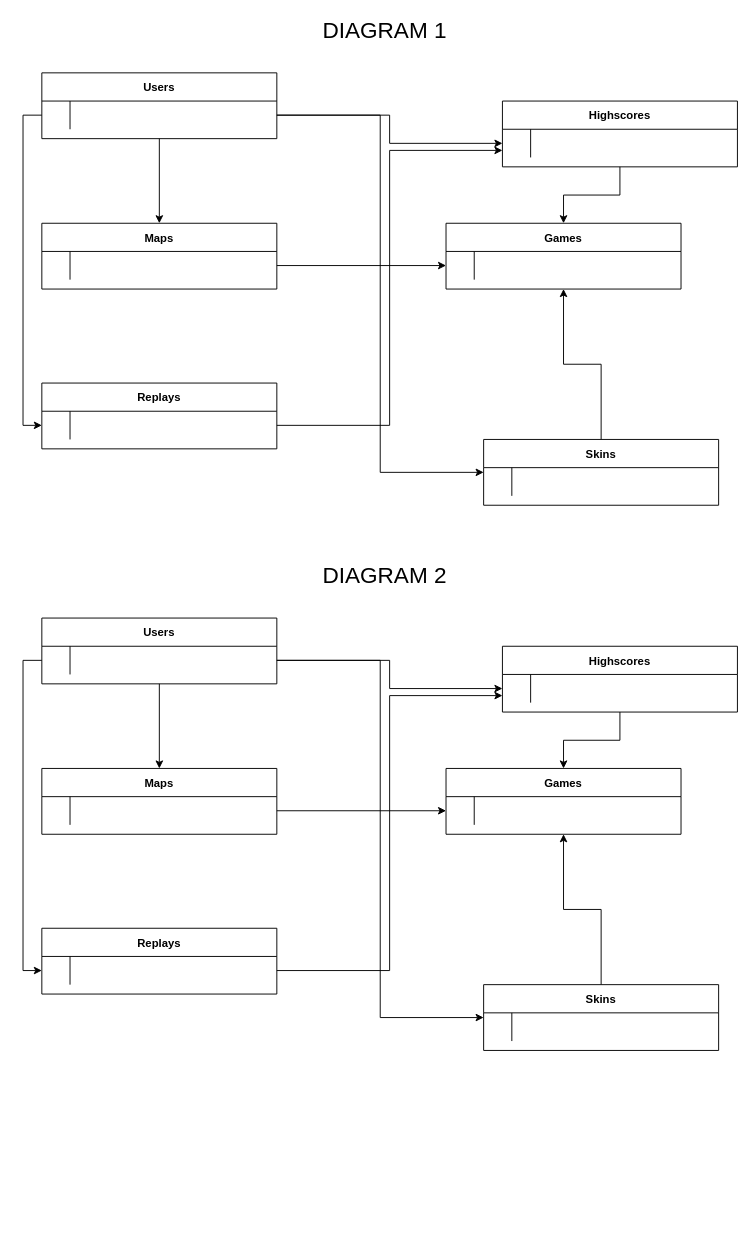
Phamishan/TxP keeps this draw.io diagram as Unavngivet diagram.drawio. Above is the earlier version. Source tidied: cells renumbered, new cells numbered last; positions are measured from the earlier drawing's top-left corner, leaving out a move shared by most shapes. Both pictures are drawn from the tidied source at 94%, with x=0, y=0 at pixel (41, 16).
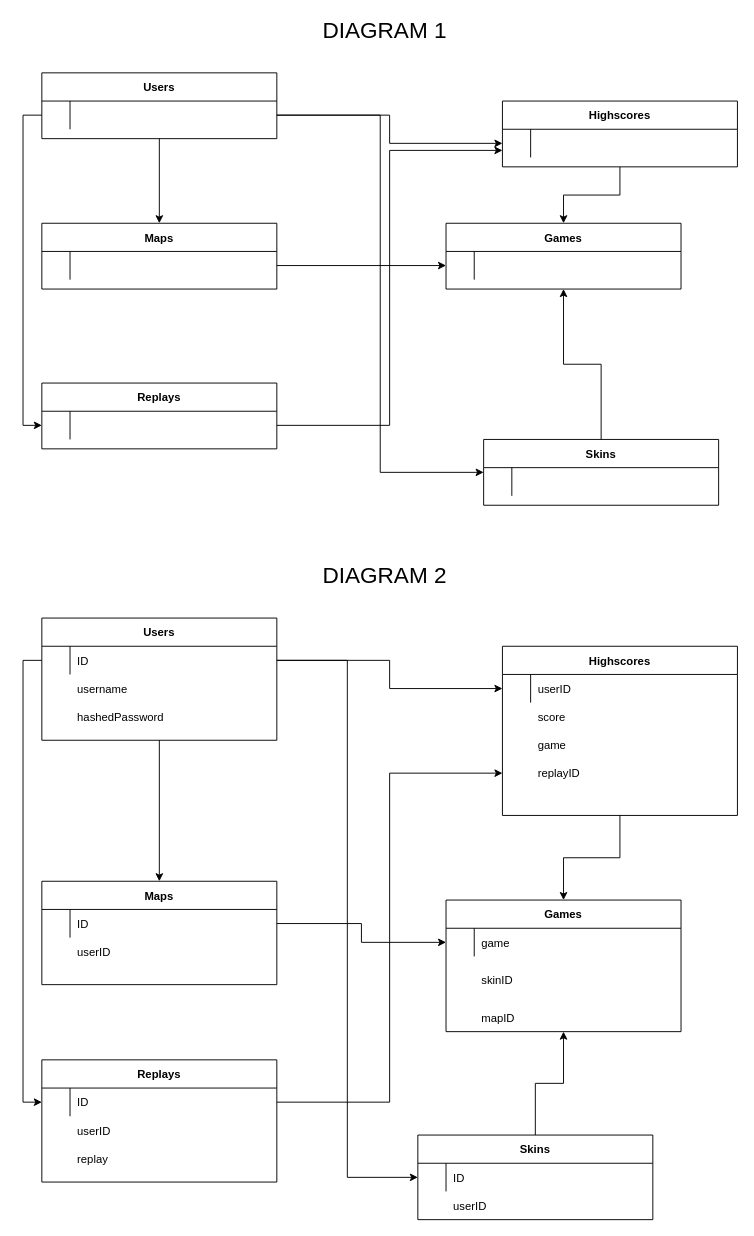
After the change.

The change refers to these unchanged cells:
```xml
<mxCell id="37" style="shape=partialRectangle;fillColor=none;points=[[0,0.5],[1,0.5]];portConstraint=eastwest;top=0;left=0;right=0;bottom=0;" parent="36" vertex="1">
  <mxGeometry y="30" width="250" height="30" as="geometry" />
</mxCell>
<mxCell id="42" style="shape=partialRectangle;fillColor=none;points=[[0,0.5],[1,0.5]];portConstraint=eastwest;top=0;left=0;right=0;bottom=0;" parent="41" vertex="1">
  <mxGeometry y="30" width="250" height="30" as="geometry" />
</mxCell>
<mxCell id="46" style="shape=partialRectangle;fillColor=none;points=[[0,0.5],[1,0.5]];portConstraint=eastwest;top=0;left=0;right=0;bottom=0;" parent="45" vertex="1">
  <mxGeometry y="30" width="250" height="30" as="geometry" />
</mxCell>
<mxCell id="50" style="shape=partialRectangle;fillColor=none;points=[[0,0.5],[1,0.5]];portConstraint=eastwest;top=0;left=0;right=0;bottom=0;" parent="49" vertex="1">
  <mxGeometry y="30" width="250" height="30" as="geometry" />
</mxCell>
<mxCell id="55" style="shape=partialRectangle;fillColor=none;top=0;left=0;right=0;bottom=0;" parent="54" vertex="1">
  <mxGeometry y="30" width="250" height="30" as="geometry" />
</mxCell>
<mxCell id="59" style="shape=partialRectangle;fillColor=none;points=[[0,0.5],[1,0.5]];portConstraint=eastwest;top=0;left=0;right=0;bottom=0;" parent="58" vertex="1">
  <mxGeometry y="30" width="250" height="30" as="geometry" />
</mxCell>
```

Change to the diagram source:
```diff
@@
     <mxCell id="36" value="Users" style="shape=table;startSize=30;childLayout=tableLayout;rowLines=0;fontStyle=1;align=center;" parent="1" vertex="1">
-      <mxGeometry y="640" width="250" height="70" as="geometry" />
+      <mxGeometry y="640" width="250" height="130" as="geometry" />
     </mxCell>
@@
-    <mxCell id="39" style="shape=partialRectangle;overflow=hidden;fillColor=none;top=0;left=0;bottom=0;right=0;align=left;spacingLeft=6;" parent="37" vertex="1">
+    <mxCell id="39" value="ID" style="shape=partialRectangle;overflow=hidden;fillColor=none;top=0;left=0;bottom=0;right=0;align=left;spacingLeft=6;" parent="37" vertex="1">
       <mxGeometry x="30" width="220" height="30" as="geometry" />
     </mxCell>
@@
     <mxCell id="41" value="Highscores" style="shape=table;startSize=30;childLayout=tableLayout;rowLines=0;fontStyle=1;align=center;" parent="1" vertex="1">
-      <mxGeometry x="490" y="670" width="250" height="70" as="geometry" />
+      <mxGeometry x="490" y="670" width="250" height="180" as="geometry" />
     </mxCell>
@@
-    <mxCell id="44" style="shape=partialRectangle;overflow=hidden;fillColor=none;top=0;left=0;bottom=0;right=0;align=left;spacingLeft=6;" parent="42" vertex="1">
+    <mxCell id="44" value="userID" style="shape=partialRectangle;overflow=hidden;fillColor=none;top=0;left=0;bottom=0;right=0;align=left;spacingLeft=6;" parent="42" vertex="1">
       <mxGeometry x="30" width="220" height="30" as="geometry" />
     </mxCell>
     <mxCell id="45" value="Maps" style="shape=table;startSize=30;childLayout=tableLayout;rowLines=0;fontStyle=1;align=center;" parent="1" vertex="1">
-      <mxGeometry y="800" width="250" height="70" as="geometry" />
+      <mxGeometry y="920" width="250" height="110" as="geometry" />
     </mxCell>
@@
-    <mxCell id="48" style="shape=partialRectangle;overflow=hidden;fillColor=none;top=0;left=0;bottom=0;right=0;align=left;spacingLeft=6;" parent="46" vertex="1">
+    <mxCell id="48" value="ID" style="shape=partialRectangle;overflow=hidden;fillColor=none;top=0;left=0;bottom=0;right=0;align=left;spacingLeft=6;" parent="46" vertex="1">
       <mxGeometry x="30" width="220" height="30" as="geometry" />
     </mxCell>
     <mxCell id="49" value="Games" style="shape=table;startSize=30;childLayout=tableLayout;rowLines=0;fontStyle=1;align=center;" parent="1" vertex="1">
-      <mxGeometry x="430" y="800" width="250" height="70" as="geometry" />
+      <mxGeometry x="430" y="940" width="250" height="140" as="geometry" />
     </mxCell>
@@
-    <mxCell id="52" style="shape=partialRectangle;overflow=hidden;fillColor=none;top=0;left=0;bottom=0;right=0;align=left;spacingLeft=6;" parent="50" vertex="1">
+    <mxCell id="52" value="game" style="shape=partialRectangle;overflow=hidden;fillColor=none;top=0;left=0;bottom=0;right=0;align=left;spacingLeft=6;" parent="50" vertex="1">
       <mxGeometry x="30" width="220" height="30" as="geometry" />
     </mxCell>
@@
     <mxCell id="54" value="Skins" style="shape=table;startSize=30;childLayout=tableLayout;rowLines=0;fontStyle=1;align=center;" parent="1" vertex="1">
-      <mxGeometry x="470" y="1030" width="250" height="70" as="geometry" />
+      <mxGeometry x="400" y="1190" width="250" height="90" as="geometry" />
     </mxCell>
@@
-    <mxCell id="57" style="shape=partialRectangle;overflow=hidden;fillColor=none;top=0;left=0;bottom=0;right=0;align=left;spacingLeft=6;" parent="55" vertex="1">
+    <mxCell id="57" value="ID" style="shape=partialRectangle;overflow=hidden;fillColor=none;top=0;left=0;bottom=0;right=0;align=left;spacingLeft=6;" parent="55" vertex="1">
       <mxGeometry x="30" width="220" height="30" as="geometry" />
     </mxCell>
     <mxCell id="58" value="Replays" style="shape=table;startSize=30;childLayout=tableLayout;rowLines=0;fontStyle=1;align=center;" parent="1" vertex="1">
-      <mxGeometry y="970" width="250" height="70" as="geometry" />
+      <mxGeometry y="1110" width="250" height="130" as="geometry" />
     </mxCell>
@@
-    <mxCell id="61" style="shape=partialRectangle;overflow=hidden;fillColor=none;top=0;left=0;bottom=0;right=0;align=left;spacingLeft=6;" parent="59" vertex="1">
+    <mxCell id="61" value="ID" style="shape=partialRectangle;overflow=hidden;fillColor=none;top=0;left=0;bottom=0;right=0;align=left;spacingLeft=6;" parent="59" vertex="1">
       <mxGeometry x="30" width="220" height="30" as="geometry" />
     </mxCell>
@@
+    <mxCell id="68" style="shape=partialRectangle;fillColor=none;top=0;left=0;right=0;bottom=0;" parent="1" vertex="1">
+      <mxGeometry y="700" width="250" height="30" as="geometry" />
+    </mxCell>
+    <mxCell id="69" style="shape=partialRectangle;overflow=hidden;fillColor=none;top=0;left=0;bottom=0;right=0;" parent="68" vertex="1">
+      <mxGeometry width="30" height="30" as="geometry" />
+    </mxCell>
+    <mxCell id="70" value="username" style="shape=partialRectangle;overflow=hidden;fillColor=none;top=0;left=0;bottom=0;right=0;align=left;spacingLeft=6;" parent="68" vertex="1">
+      <mxGeometry x="30" width="220" height="30" as="geometry" />
+    </mxCell>
+    <mxCell id="71" value="hashedPassword" style="shape=partialRectangle;overflow=hidden;fillColor=none;top=0;left=0;bottom=0;right=0;align=left;spacingLeft=6;" parent="1" vertex="1">
+      <mxGeometry x="30" y="730" width="220" height="30" as="geometry" />
+    </mxCell>
+    <mxCell id="72" value="score" style="shape=partialRectangle;overflow=hidden;fillColor=none;top=0;left=0;bottom=0;right=0;align=left;spacingLeft=6;" parent="1" vertex="1">
+      <mxGeometry x="520" y="730" width="220" height="30" as="geometry" />
+    </mxCell>
+    <mxCell id="73" value="game" style="shape=partialRectangle;overflow=hidden;fillColor=none;top=0;left=0;bottom=0;right=0;align=left;spacingLeft=6;" parent="1" vertex="1">
+      <mxGeometry x="520" y="760" width="220" height="30" as="geometry" />
+    </mxCell>
+    <mxCell id="74" value="skinID" style="shape=partialRectangle;overflow=hidden;fillColor=none;top=0;left=0;bottom=0;right=0;align=left;spacingLeft=6;" parent="1" vertex="1">
+      <mxGeometry x="460" y="1010" width="220" height="30" as="geometry" />
+    </mxCell>
+    <mxCell id="75" value="mapID" style="shape=partialRectangle;overflow=hidden;fillColor=none;top=0;left=0;bottom=0;right=0;align=left;spacingLeft=6;" parent="1" vertex="1">
+      <mxGeometry x="460" y="1050" width="220" height="30" as="geometry" />
+    </mxCell>
+    <mxCell id="76" value="userID" style="shape=partialRectangle;overflow=hidden;fillColor=none;top=0;left=0;bottom=0;right=0;align=left;spacingLeft=6;" parent="1" vertex="1">
+      <mxGeometry x="430" y="1250" width="220" height="30" as="geometry" />
+    </mxCell>
+    <mxCell id="77" value="userID" style="shape=partialRectangle;overflow=hidden;fillColor=none;top=0;left=0;bottom=0;right=0;align=left;spacingLeft=6;" parent="1" vertex="1">
+      <mxGeometry x="30" y="1170" width="220" height="30" as="geometry" />
+    </mxCell>
+    <mxCell id="78" value="replay" style="shape=partialRectangle;overflow=hidden;fillColor=none;top=0;left=0;bottom=0;right=0;align=left;spacingLeft=6;" parent="1" vertex="1">
+      <mxGeometry x="30" y="1200" width="220" height="30" as="geometry" />
+    </mxCell>
+    <mxCell id="79" value="userID" style="shape=partialRectangle;overflow=hidden;fillColor=none;top=0;left=0;bottom=0;right=0;align=left;spacingLeft=6;" parent="1" vertex="1">
+      <mxGeometry x="30" y="980" width="220" height="30" as="geometry" />
+    </mxCell>
+    <mxCell id="80" value="replayID" style="shape=partialRectangle;overflow=hidden;fillColor=none;top=0;left=0;bottom=0;right=0;align=left;spacingLeft=6;" parent="1" vertex="1">
+      <mxGeometry x="520" y="790" width="220" height="30" as="geometry" />
+    </mxCell>
```
